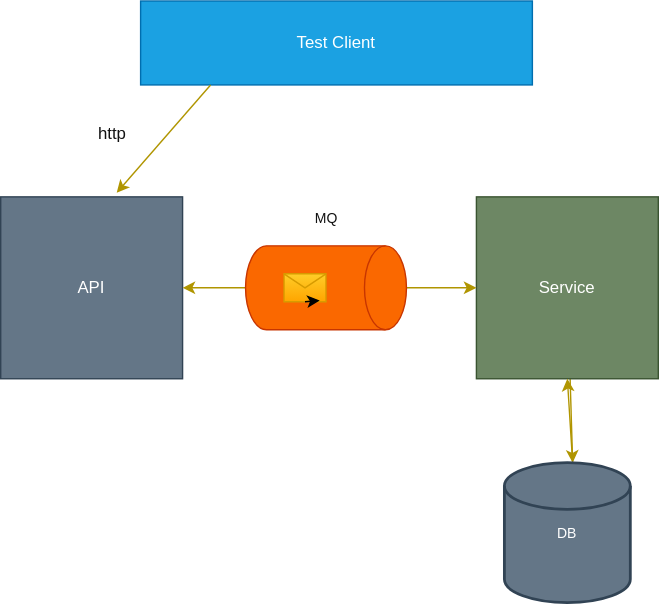
Earlier version of the draw.io export general-architecture.drawio.svg (Moshimane/OTAssignment). Source tidied: cells renumbered, new cells last; positions are measured from the earlier drawing's top-left corner, leaving out a move shared by most shapes.
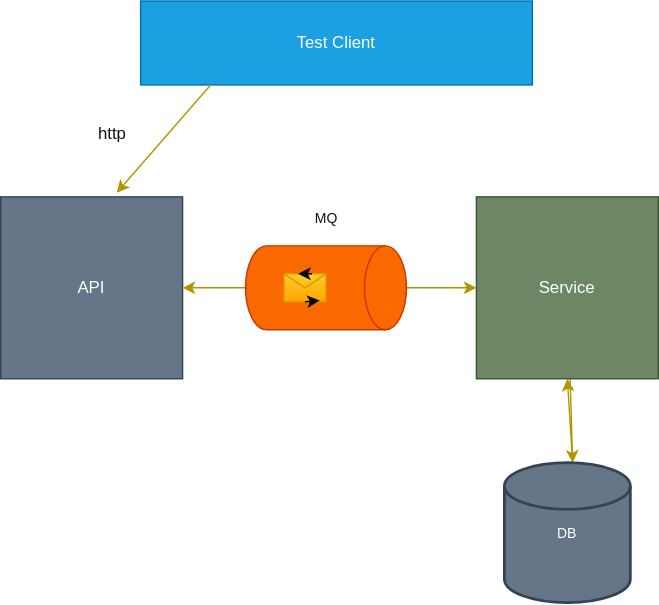
After the commit.

Commit message:
message direction arrow

Diff of the diagram source:
```diff
@@ -50,5 +50,11 @@
     <mxCell id="15" value="DB" style="strokeWidth=2;html=1;shape=mxgraph.flowchart.database;whiteSpace=wrap;fontSize=10;fillColor=#647687;strokeColor=#314354;fontColor=#ffffff;" parent="1" vertex="1">
       <mxGeometry x="360" y="330" width="90" height="100" as="geometry" />
     </mxCell>
+    <mxCell id="16" style="endArrow=classic;html=1;" parent="1" edge="1">
+      <mxGeometry relative="1" as="geometry">
+        <mxPoint x="222.5" y="195" as="sourcePoint" />
+        <mxPoint x="212.5" y="195" as="targetPoint" />
+      </mxGeometry>
+    </mxCell>
   </root>
 </mxGraphModel>
```
